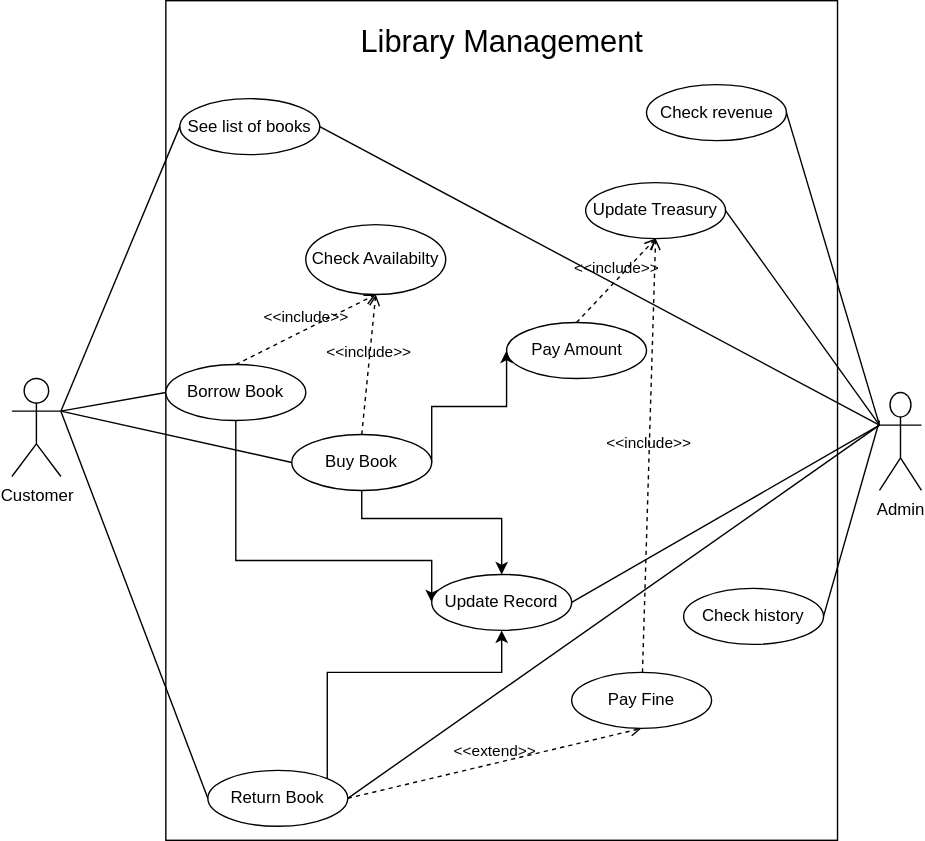
adarsh-kishore786/IT-Project keeps this draw.io diagram as Library/control-flows/Case Diagram.svg. Above is the earlier version. Source tidied: cells renumbered, new cells last; positions are measured from the earlier drawing's top-left corner, leaving out a move shared by most shapes.
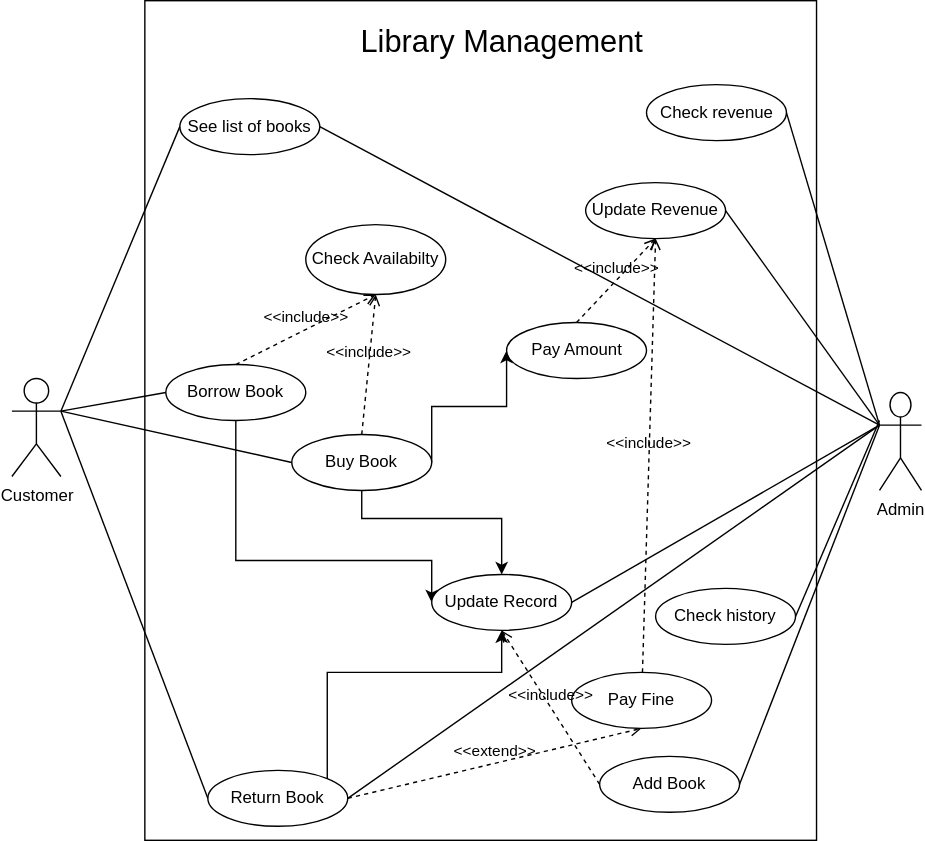
After the commit.

The edit, as a diff of the source:
```diff
@@ -9,7 +9,7 @@
       <mxGeometry x="620" y="280" width="30" height="70" as="geometry" />
     </mxCell>
     <mxCell id="4" style="rounded=0;whiteSpace=wrap;html=1;" parent="1" vertex="1">
-      <mxGeometry x="110" width="480" height="600" as="geometry" />
+      <mxGeometry x="95" width="480" height="600" as="geometry" />
     </mxCell>
     <mxCell id="5" style="edgeStyle=elbowEdgeStyle;rounded=0;jettySize=auto;elbow=vertical;html=1;exitX=0.5;exitY=1;exitDx=0;exitDy=0;entryX=0;entryY=0.5;entryDx=0;entryDy=0;" parent="1" edge="1" source="6" target="27">
       <mxGeometry relative="1" as="geometry">
@@ -99,7 +99,7 @@
     <mxCell id="28" style="endArrow=none;html=1;rounded=0;entryX=0;entryY=0.3333333333333333;entryDx=0;entryDy=0;entryPerimeter=0;exitX=1;exitY=0.5;exitDx=0;exitDy=0;" parent="1" edge="1" source="27" target="3">
       <mxGeometry relative="1" as="geometry" />
     </mxCell>
-    <mxCell id="29" value="Update Treasury" style="ellipse;whiteSpace=wrap;html=1;" parent="1" vertex="1">
+    <mxCell id="29" value="Update Revenue" style="ellipse;whiteSpace=wrap;html=1;" parent="1" vertex="1">
       <mxGeometry x="410" y="130" width="100" height="40" as="geometry" />
     </mxCell>
     <mxCell id="30" value="&amp;lt;&amp;lt;include&amp;gt;&amp;gt;" style="html=1;verticalAlign=bottom;labelBackgroundColor=none;endArrow=open;endFill=0;dashed=1;exitX=0.5;exitY=0;exitDx=0;exitDy=0;entryX=0.5;entryY=1;entryDx=0;entryDy=0;" parent="1" edge="1" source="25" target="29">
@@ -112,7 +112,7 @@
       <mxGeometry relative="1" as="geometry" />
     </mxCell>
     <mxCell id="33" value="Check history" style="ellipse;whiteSpace=wrap;html=1;" parent="1" vertex="1">
-      <mxGeometry x="480" y="420" width="100" height="40" as="geometry" />
+      <mxGeometry x="460" y="420" width="100" height="40" as="geometry" />
     </mxCell>
     <mxCell id="34" style="endArrow=none;html=1;rounded=0;entryX=1;entryY=0.5;entryDx=0;entryDy=0;" parent="1" edge="1" target="33">
       <mxGeometry relative="1" as="geometry">
@@ -125,5 +125,14 @@
     <mxCell id="36" style="endArrow=none;html=1;rounded=0;entryX=0;entryY=0.3333333333333333;entryDx=0;entryDy=0;entryPerimeter=0;exitX=1;exitY=0.5;exitDx=0;exitDy=0;" parent="1" edge="1" source="35" target="3">
       <mxGeometry relative="1" as="geometry" />
     </mxCell>
+    <mxCell id="37" value="Add&amp;nbsp;Book" style="ellipse;whiteSpace=wrap;html=1;" parent="1" vertex="1">
+      <mxGeometry x="420" y="540" width="100" height="40" as="geometry" />
+    </mxCell>
+    <mxCell id="38" style="endArrow=none;html=1;rounded=0;entryX=0;entryY=0.3333333333333333;entryDx=0;entryDy=0;entryPerimeter=0;exitX=1;exitY=0.5;exitDx=0;exitDy=0;" parent="1" edge="1" source="37" target="3">
+      <mxGeometry relative="1" as="geometry" />
+    </mxCell>
+    <mxCell id="39" value="&amp;lt;&amp;lt;include&amp;gt;&amp;gt;" style="html=1;verticalAlign=bottom;labelBackgroundColor=none;endArrow=open;endFill=0;dashed=1;exitX=0;exitY=0.5;exitDx=0;exitDy=0;entryX=0.5;entryY=1;entryDx=0;entryDy=0;" parent="1" edge="1" source="37" target="27">
+      <mxGeometry relative="1" as="geometry" />
+    </mxCell>
   </root>
 </mxGraphModel>
```
